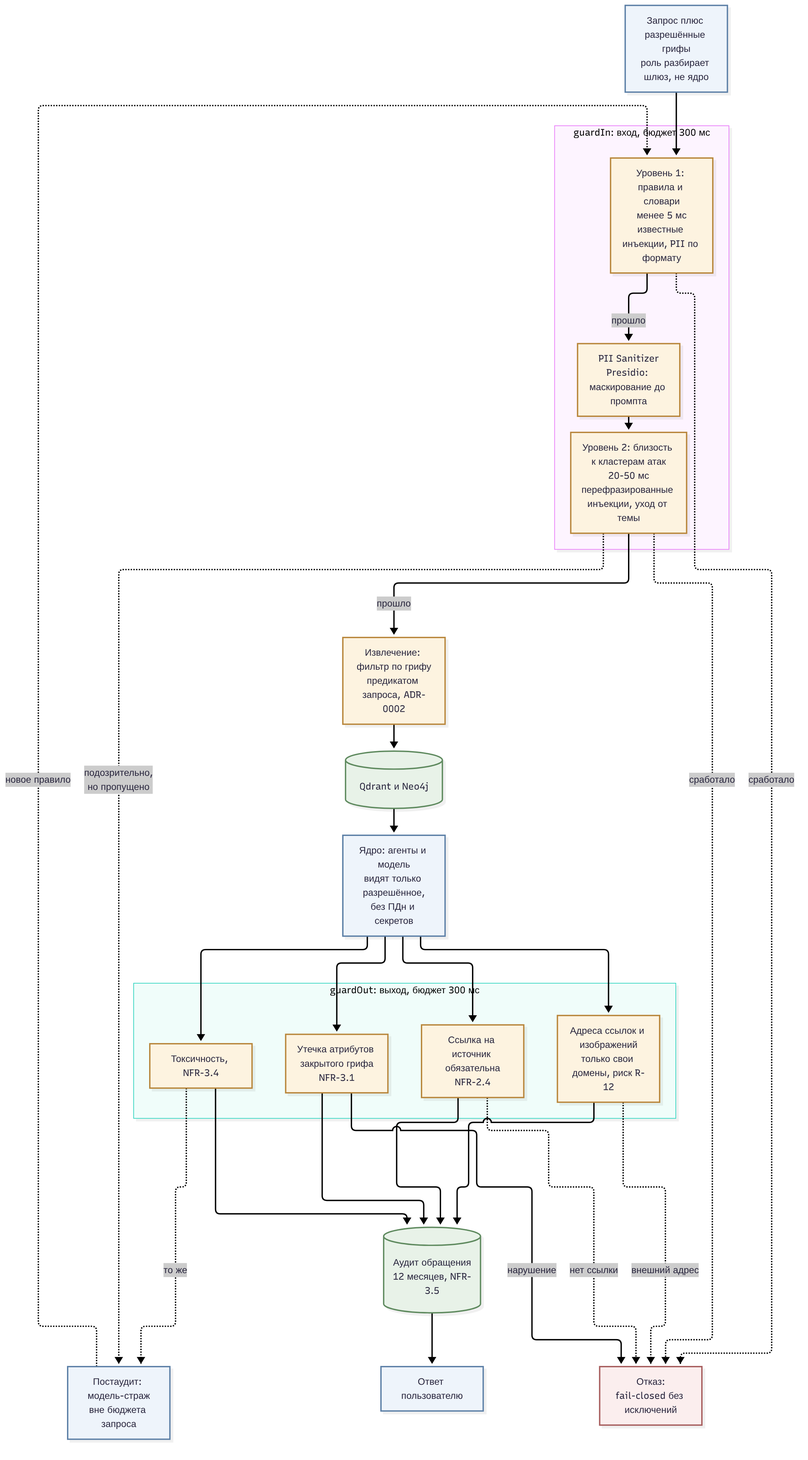
This is docs/diagrams/security-layer.png from SandalAndrey/otus_ai_architect, a Mermaid export, as it was before one commit. Its source is kept beside it as docs/diagrams/security-layer.mmd. Its diagram source:
```mermaid
flowchart TB

  U["Запрос плюс разрешённые грифы<br/>роль разбирает шлюз, не ядро"]

  subgraph GIN["guardIn: вход, бюджет 300 мс"]
    direction LR
    L1["Уровень 1: правила и словари<br/>менее 5 мс<br/>известные инъекции, PII по формату"]
    PII["PII Sanitizer<br/>Presidio: маскирование до промпта"]
    L2["Уровень 2: близость к кластерам атак<br/>20-50 мс<br/>перефразированные инъекции, уход от темы"]
  end

  ACL["Извлечение: фильтр по грифу<br/>предикатом запроса, ADR-0002"]
  ST[("Qdrant и Neo4j")]

  LLM["Ядро: агенты и модель<br/>видят только разрешённое,<br/>без ПДн и секретов"]

  subgraph GOUT["guardOut: выход, бюджет 300 мс"]
    direction LR
    O1["Утечка атрибутов закрытого грифа<br/>NFR-3.1"]
    O2["Ссылка на источник обязательна<br/>NFR-2.4"]
    O3["Адреса ссылок и изображений<br/>только свои домены, риск R-12"]
    O4["Токсичность, NFR-3.4"]
  end

  AUD[("Аудит обращения<br/>12 месяцев, NFR-3.5")]
  ANS["Ответ пользователю"]
  DENY["Отказ:<br/>fail-closed без исключений"]
  PA["Постаудит: модель-страж<br/>вне бюджета запроса"]

  U --> L1
  L1 -- "прошло" --> PII --> L2
  L1 -. "сработало" .-> DENY
  L2 -- "прошло" --> ACL
  L2 -. "сработало" .-> DENY
  ACL --> ST --> LLM
  LLM --> O1
  LLM --> O2
  LLM --> O3
  LLM --> O4
  O1 -. "нарушение" .-> DENY
  O3 -. "внешний адрес" .-> DENY
  O2 -. "нет ссылки" .-> DENY
  O1 --> AUD
  O2 --> AUD
  O3 --> AUD
  O4 --> AUD
  AUD --> ANS
  L2 -. "подозрительно,<br/>но пропущено" .-> PA
  O4 -. "то же" .-> PA
  PA -. "новое правило" .-> L1

  classDef step fill:#eef4fb,stroke:#5b7fa6
  classDef sec fill:#fdf3e0,stroke:#b8863b
  classDef store fill:#e8f2e8,stroke:#5f8a5f
  classDef warn fill:#fbeeee,stroke:#a65b5b
  class U,LLM,ANS,PA step
  class L1,L2,PII,ACL,O1,O2,O3,O4 sec
  class ST,AUD store
  class DENY warn
```
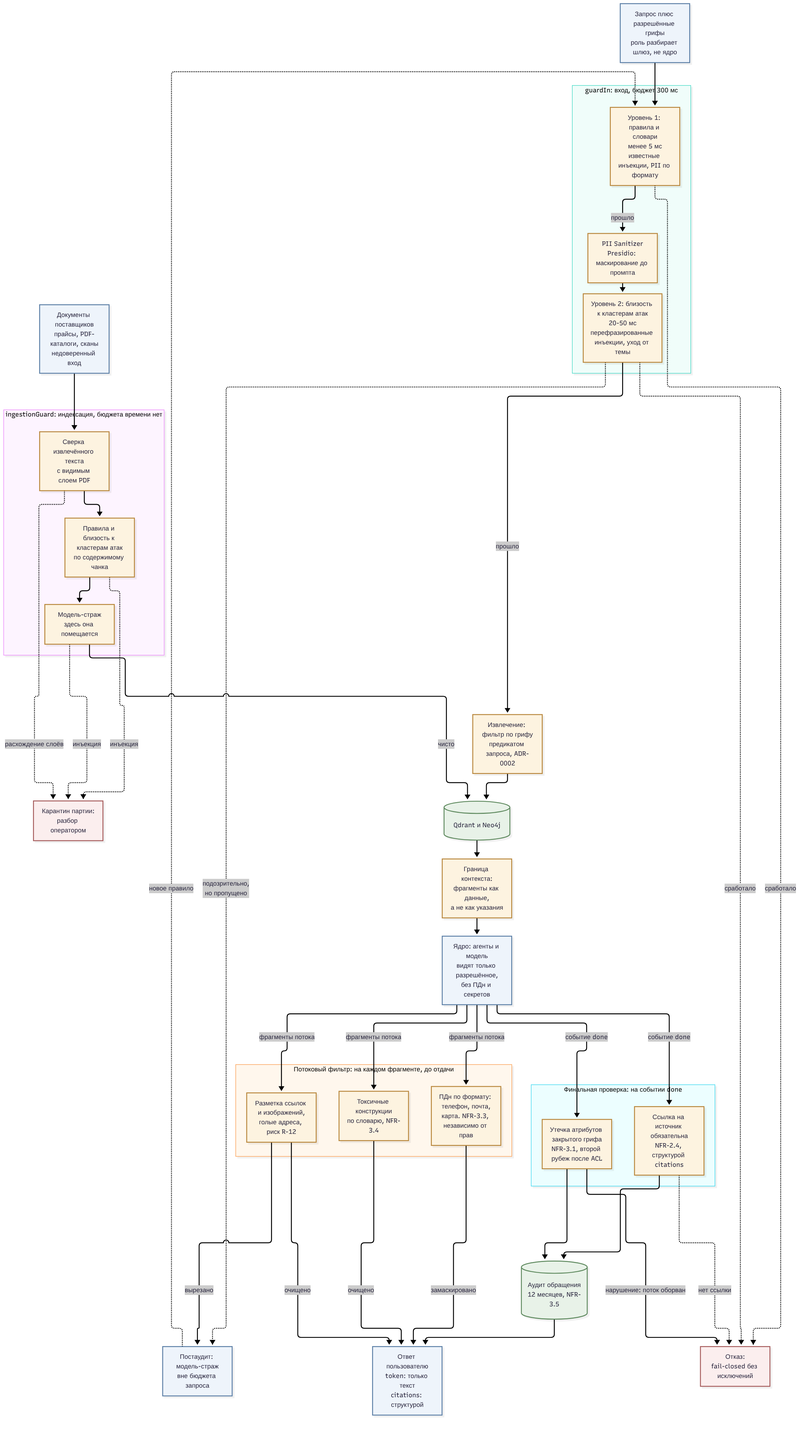
The same diagram one commit later.

Change to the diagram source:
```diff
@@ -1,6 +1,16 @@
 flowchart TB
 
   U["Запрос плюс разрешённые грифы<br/>роль разбирает шлюз, не ядро"]
+  DOC["Документы поставщиков<br/>прайсы, PDF-каталоги, сканы<br/>недоверенный вход"]
+
+  subgraph GING["ingestionGuard: индексация, бюджета времени нет"]
+    direction LR
+    I1["Сверка извлечённого текста<br/>с видимым слоем PDF"]
+    I2["Правила и близость к кластерам атак<br/>по содержимому чанка"]
+    I3["Модель-страж<br/>здесь она помещается"]
+  end
+
+  QUAR["Карантин партии:<br/>разбор оператором"]
 
   subgraph GIN["guardIn: вход, бюджет 300 мс"]
     direction LR
@@ -9,21 +19,27 @@
     L2["Уровень 2: близость к кластерам атак<br/>20-50 мс<br/>перефразированные инъекции, уход от темы"]
   end
 
+  CTX["Граница контекста:<br/>фрагменты как данные,<br/>а не как указания"]
   ACL["Извлечение: фильтр по грифу<br/>предикатом запроса, ADR-0002"]
   ST[("Qdrant и Neo4j")]
 
   LLM["Ядро: агенты и модель<br/>видят только разрешённое,<br/>без ПДн и секретов"]
 
-  subgraph GOUT["guardOut: выход, бюджет 300 мс"]
+  subgraph GSTR["Потоковый фильтр: на каждом фрагменте, до отдачи"]
     direction LR
-    O1["Утечка атрибутов закрытого грифа<br/>NFR-3.1"]
-    O2["Ссылка на источник обязательна<br/>NFR-2.4"]
-    O3["Адреса ссылок и изображений<br/>только свои домены, риск R-12"]
-    O4["Токсичность, NFR-3.4"]
+    S1["Разметка ссылок и изображений,<br/>голые адреса, риск R-12"]
+    S2["Токсичные конструкции<br/>по словарю, NFR-3.4"]
+    S3["ПДн по формату: телефон, почта,<br/>карта. NFR-3.3, независимо от прав"]
+  end
+
+  subgraph GOUT["Финальная проверка: на событии done"]
+    direction LR
+    O1["Утечка атрибутов закрытого грифа<br/>NFR-3.1, второй рубеж после ACL"]
+    O2["Ссылка на источник обязательна<br/>NFR-2.4, структурой citations"]
   end
 
   AUD[("Аудит обращения<br/>12 месяцев, NFR-3.5")]
-  ANS["Ответ пользователю"]
+  ANS["Ответ пользователю<br/>token: только текст<br/>citations: структурой"]
   DENY["Отказ:<br/>fail-closed без исключений"]
   PA["Постаудит: модель-страж<br/>вне бюджета запроса"]
 
@@ -32,28 +48,35 @@
   L1 -. "сработало" .-> DENY
   L2 -- "прошло" --> ACL
   L2 -. "сработало" .-> DENY
-  ACL --> ST --> LLM
-  LLM --> O1
-  LLM --> O2
-  LLM --> O3
-  LLM --> O4
-  O1 -. "нарушение" .-> DENY
-  O3 -. "внешний адрес" .-> DENY
+  ACL --> ST
+  DOC --> I1 --> I2 --> I3
+  I1 -. "расхождение слоёв" .-> QUAR
+  I2 -. "инъекция" .-> QUAR
+  I3 -. "инъекция" .-> QUAR
+  I3 -- "чисто" --> ST
+  ST --> CTX --> LLM
+  LLM -- "фрагменты потока" --> S1
+  LLM -- "фрагменты потока" --> S2
+  LLM -- "фрагменты потока" --> S3
+  S1 -- "очищено" --> ANS
+  S2 -- "очищено" --> ANS
+  S3 -- "замаскировано" --> ANS
+  LLM -- "событие done" --> O1
+  LLM -- "событие done" --> O2
+  O1 -. "нарушение: поток оборван" .-> DENY
   O2 -. "нет ссылки" .-> DENY
   O1 --> AUD
   O2 --> AUD
-  O3 --> AUD
-  O4 --> AUD
   AUD --> ANS
   L2 -. "подозрительно,<br/>но пропущено" .-> PA
-  O4 -. "то же" .-> PA
+  S1 -. "вырезано" .-> PA
   PA -. "новое правило" .-> L1
 
   classDef step fill:#eef4fb,stroke:#5b7fa6
   classDef sec fill:#fdf3e0,stroke:#b8863b
   classDef store fill:#e8f2e8,stroke:#5f8a5f
   classDef warn fill:#fbeeee,stroke:#a65b5b
-  class U,LLM,ANS,PA step
-  class L1,L2,PII,ACL,O1,O2,O3,O4 sec
+  class U,DOC,LLM,ANS,PA step
+  class L1,L2,PII,ACL,O1,O2,S1,S2,S3,I1,I2,I3,CTX sec
   class ST,AUD store
-  class DENY warn
+  class DENY,QUAR warn
```
